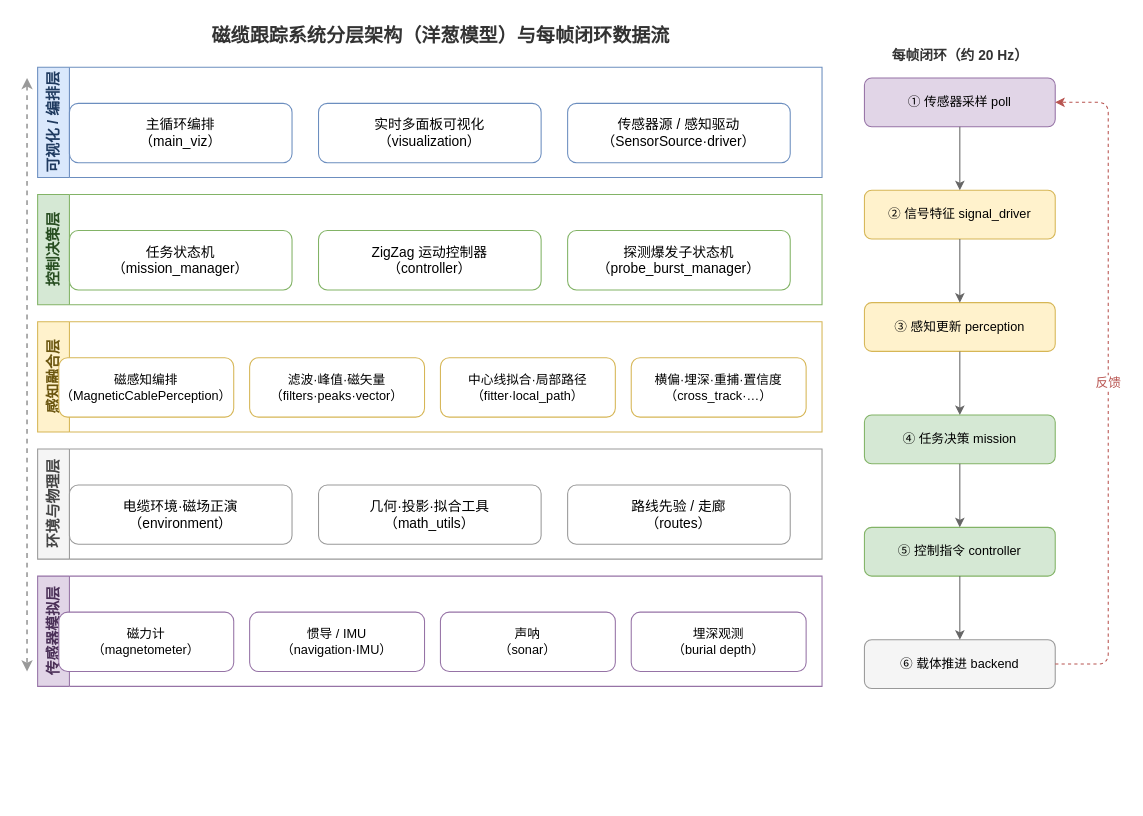
Earlier version of the draw.io diagram docs/figure/fig_arch_onion.drawio (360ZMEM/AUV-Master-Mag). Source tidied: cells renumbered, new cells numbered last; positions are measured from the earlier drawing's top-left corner, leaving out a move shared by most shapes. Both pictures are drawn from the tidied source at 106%, with x=0, y=0 at pixel (26, 20).
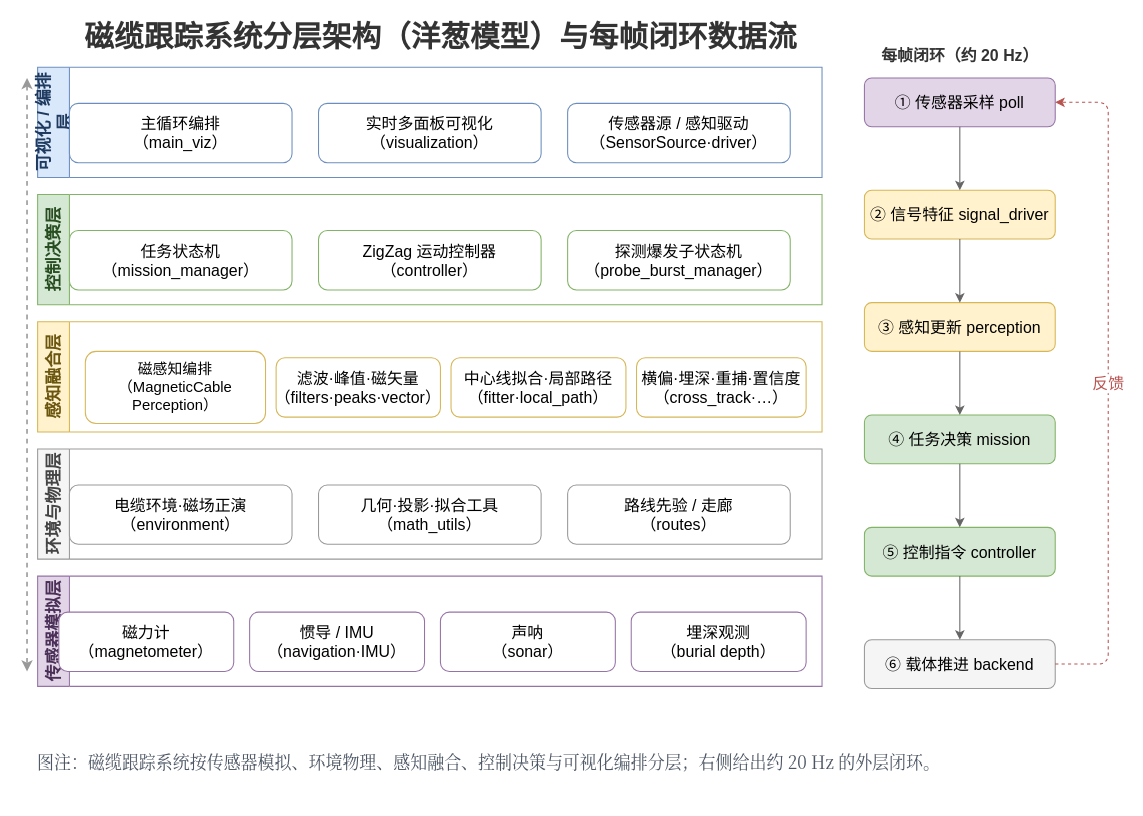
The same diagram, later.

Change to the diagram source:
```diff
@@
-    <mxCell id="2" value="磁缆跟踪系统分层架构（洋葱模型）与每帧闭环数据流" style="text;html=1;align=center;verticalAlign=middle;fontSize=18;fontStyle=1;fontColor=#333333;" parent="1" vertex="1">
+    <mxCell id="2" value="磁缆跟踪系统分层架构（洋葱模型）与每帧闭环数据流" style="text;html=1;align=center;verticalAlign=middle;fontSize=28;fontStyle=1;fontColor=#333333;" parent="1" vertex="1">
       <mxGeometry x="10" width="760" height="30" as="geometry" />
     </mxCell>
@@
-    <mxCell id="4" value="可视化 / 编排层" style="swimlane;horizontal=0;startSize=30;html=1;whiteSpace=wrap;rounded=0;fillColor=#dae8fc;strokeColor=#6c8ebf;fontSize=14;fontStyle=1;fontColor=#1f3a5f;" parent="1" vertex="1">
+    <mxCell id="4" value="可视化 / 编排层" style="swimlane;horizontal=0;startSize=30;html=1;whiteSpace=wrap;rounded=0;fillColor=#dae8fc;strokeColor=#6c8ebf;fontSize=16;fontStyle=1;fontColor=#1f3a5f;" parent="1" vertex="1">
       <mxGeometry x="10" y="44" width="740" height="104" as="geometry" />
     </mxCell>
-    <mxCell id="5" value="主循环编排&#10;（main_viz）" style="rounded=1;whiteSpace=wrap;html=1;fillColor=#ffffff;strokeColor=#6c8ebf;fontSize=13;" parent="4" vertex="1">
+    <mxCell id="5" value="主循环编排&#10;（main_viz）" style="rounded=1;whiteSpace=wrap;html=1;fillColor=#ffffff;strokeColor=#6c8ebf;fontSize=15;" parent="4" vertex="1">
       <mxGeometry x="30" y="34" width="210" height="56" as="geometry" />
     </mxCell>
-    <mxCell id="6" value="实时多面板可视化&#10;（visualization）" style="rounded=1;whiteSpace=wrap;html=1;fillColor=#ffffff;strokeColor=#6c8ebf;fontSize=13;" parent="4" vertex="1">
+    <mxCell id="6" value="实时多面板可视化&#10;（visualization）" style="rounded=1;whiteSpace=wrap;html=1;fillColor=#ffffff;strokeColor=#6c8ebf;fontSize=15;" parent="4" vertex="1">
       <mxGeometry x="265" y="34" width="210" height="56" as="geometry" />
     </mxCell>
-    <mxCell id="7" value="传感器源 / 感知驱动&#10;（SensorSource·driver）" style="rounded=1;whiteSpace=wrap;html=1;fillColor=#ffffff;strokeColor=#6c8ebf;fontSize=13;" parent="4" vertex="1">
+    <mxCell id="7" value="传感器源 / 感知驱动&#10;（SensorSource·driver）" style="rounded=1;whiteSpace=wrap;html=1;fillColor=#ffffff;strokeColor=#6c8ebf;fontSize=15;" parent="4" vertex="1">
       <mxGeometry x="500" y="34" width="210" height="56" as="geometry" />
     </mxCell>
-    <mxCell id="8" value="控制决策层" style="swimlane;horizontal=0;startSize=30;html=1;whiteSpace=wrap;rounded=0;fillColor=#d5e8d4;strokeColor=#82b366;fontSize=14;fontStyle=1;fontColor=#274d20;" parent="1" vertex="1">
+    <mxCell id="8" value="控制决策层" style="swimlane;horizontal=0;startSize=30;html=1;whiteSpace=wrap;rounded=0;fillColor=#d5e8d4;strokeColor=#82b366;fontSize=16;fontStyle=1;fontColor=#274d20;" parent="1" vertex="1">
       <mxGeometry x="10" y="164" width="740" height="104" as="geometry" />
     </mxCell>
-    <mxCell id="9" value="任务状态机&#10;（mission_manager）" style="rounded=1;whiteSpace=wrap;html=1;fillColor=#ffffff;strokeColor=#82b366;fontSize=13;" parent="8" vertex="1">
+    <mxCell id="9" value="任务状态机&#10;（mission_manager）" style="rounded=1;whiteSpace=wrap;html=1;fillColor=#ffffff;strokeColor=#82b366;fontSize=15;" parent="8" vertex="1">
       <mxGeometry x="30" y="34" width="210" height="56" as="geometry" />
     </mxCell>
-    <mxCell id="10" value="ZigZag 运动控制器&#10;（controller）" style="rounded=1;whiteSpace=wrap;html=1;fillColor=#ffffff;strokeColor=#82b366;fontSize=13;" parent="8" vertex="1">
+    <mxCell id="10" value="ZigZag 运动控制器&#10;（controller）" style="rounded=1;whiteSpace=wrap;html=1;fillColor=#ffffff;strokeColor=#82b366;fontSize=15;" parent="8" vertex="1">
       <mxGeometry x="265" y="34" width="210" height="56" as="geometry" />
     </mxCell>
-    <mxCell id="11" value="探测爆发子状态机&#10;（probe_burst_manager）" style="rounded=1;whiteSpace=wrap;html=1;fillColor=#ffffff;strokeColor=#82b366;fontSize=13;" parent="8" vertex="1">
+    <mxCell id="11" value="探测爆发子状态机&#10;（probe_burst_manager）" style="rounded=1;whiteSpace=wrap;html=1;fillColor=#ffffff;strokeColor=#82b366;fontSize=15;" parent="8" vertex="1">
       <mxGeometry x="500" y="34" width="210" height="56" as="geometry" />
     </mxCell>
-    <mxCell id="12" value="感知融合层" style="swimlane;horizontal=0;startSize=30;html=1;whiteSpace=wrap;rounded=0;fillColor=#fff2cc;strokeColor=#d6b656;fontSize=14;fontStyle=1;fontColor=#6b5610;" parent="1" vertex="1">
+    <mxCell id="12" value="感知融合层" style="swimlane;horizontal=0;startSize=30;html=1;whiteSpace=wrap;rounded=0;fillColor=#fff2cc;strokeColor=#d6b656;fontSize=16;fontStyle=1;fontColor=#6b5610;" parent="1" vertex="1">
       <mxGeometry x="10" y="284" width="740" height="104" as="geometry" />
     </mxCell>
-    <mxCell id="13" value="磁感知编排&#10;（MagneticCablePerception）" style="rounded=1;whiteSpace=wrap;html=1;fillColor=#ffffff;strokeColor=#d6b656;fontSize=12;" parent="12" vertex="1">
-      <mxGeometry x="20" y="34" width="165" height="56" as="geometry" />
+    <mxCell id="13" value="磁感知编排&#10;（MagneticCable&#10;Perception）" style="rounded=1;whiteSpace=wrap;html=1;fillColor=#ffffff;strokeColor=#d6b656;fontSize=14;" parent="12" vertex="1">
+      <mxGeometry x="45" y="28" width="170" height="68" as="geometry" />
     </mxCell>
-    <mxCell id="14" value="滤波·峰值·磁矢量&#10;（filters·peaks·vector）" style="rounded=1;whiteSpace=wrap;html=1;fillColor=#ffffff;strokeColor=#d6b656;fontSize=12;" parent="12" vertex="1">
-      <mxGeometry x="200" y="34" width="165" height="56" as="geometry" />
+    <mxCell id="14" value="滤波·峰值·磁矢量&#10;（filters·peaks·vector）" style="rounded=1;whiteSpace=wrap;html=1;fillColor=#ffffff;strokeColor=#d6b656;fontSize=15;" parent="12" vertex="1">
+      <mxGeometry x="225" y="34" width="155" height="56" as="geometry" />
     </mxCell>
-    <mxCell id="15" value="中心线拟合·局部路径&#10;（fitter·local_path）" style="rounded=1;whiteSpace=wrap;html=1;fillColor=#ffffff;strokeColor=#d6b656;fontSize=12;" parent="12" vertex="1">
-      <mxGeometry x="380" y="34" width="165" height="56" as="geometry" />
+    <mxCell id="15" value="中心线拟合·局部路径&#10;（fitter·local_path）" style="rounded=1;whiteSpace=wrap;html=1;fillColor=#ffffff;strokeColor=#d6b656;fontSize=15;" parent="12" vertex="1">
+      <mxGeometry x="390" y="34" width="165" height="56" as="geometry" />
     </mxCell>
-    <mxCell id="16" value="横偏·埋深·重捕·置信度&#10;（cross_track·…）" style="rounded=1;whiteSpace=wrap;html=1;fillColor=#ffffff;strokeColor=#d6b656;fontSize=12;" parent="12" vertex="1">
-      <mxGeometry x="560" y="34" width="165" height="56" as="geometry" />
+    <mxCell id="16" value="横偏·埋深·重捕·置信度&#10;（cross_track·…）" style="rounded=1;whiteSpace=wrap;html=1;fillColor=#ffffff;strokeColor=#d6b656;fontSize=15;" parent="12" vertex="1">
+      <mxGeometry x="565" y="34" width="160" height="56" as="geometry" />
     </mxCell>
-    <mxCell id="17" value="环境与物理层" style="swimlane;horizontal=0;startSize=30;html=1;whiteSpace=wrap;rounded=0;fillColor=#f5f5f5;strokeColor=#999999;fontSize=14;fontStyle=1;fontColor=#444444;" parent="1" vertex="1">
+    <mxCell id="17" value="环境与物理层" style="swimlane;horizontal=0;startSize=30;html=1;whiteSpace=wrap;rounded=0;fillColor=#f5f5f5;strokeColor=#999999;fontSize=16;fontStyle=1;fontColor=#444444;" parent="1" vertex="1">
       <mxGeometry x="10" y="404" width="740" height="104" as="geometry" />
     </mxCell>
-    <mxCell id="18" value="电缆环境·磁场正演&#10;（environment）" style="rounded=1;whiteSpace=wrap;html=1;fillColor=#ffffff;strokeColor=#999999;fontSize=13;" parent="17" vertex="1">
+    <mxCell id="18" value="电缆环境·磁场正演&#10;（environment）" style="rounded=1;whiteSpace=wrap;html=1;fillColor=#ffffff;strokeColor=#999999;fontSize=15;" parent="17" vertex="1">
       <mxGeometry x="30" y="34" width="210" height="56" as="geometry" />
     </mxCell>
-    <mxCell id="19" value="几何·投影·拟合工具&#10;（math_utils）" style="rounded=1;whiteSpace=wrap;html=1;fillColor=#ffffff;strokeColor=#999999;fontSize=13;" parent="17" vertex="1">
+    <mxCell id="19" value="几何·投影·拟合工具&#10;（math_utils）" style="rounded=1;whiteSpace=wrap;html=1;fillColor=#ffffff;strokeColor=#999999;fontSize=15;" parent="17" vertex="1">
       <mxGeometry x="265" y="34" width="210" height="56" as="geometry" />
     </mxCell>
-    <mxCell id="20" value="路线先验 / 走廊&#10;（routes）" style="rounded=1;whiteSpace=wrap;html=1;fillColor=#ffffff;strokeColor=#999999;fontSize=13;" parent="17" vertex="1">
+    <mxCell id="20" value="路线先验 / 走廊&#10;（routes）" style="rounded=1;whiteSpace=wrap;html=1;fillColor=#ffffff;strokeColor=#999999;fontSize=15;" parent="17" vertex="1">
       <mxGeometry x="500" y="34" width="210" height="56" as="geometry" />
     </mxCell>
-    <mxCell id="21" value="传感器模拟层" style="swimlane;horizontal=0;startSize=30;html=1;whiteSpace=wrap;rounded=0;fillColor=#e1d5e7;strokeColor=#9673a6;fontSize=14;fontStyle=1;fontColor=#4a2f57;" parent="1" vertex="1">
+    <mxCell id="21" value="传感器模拟层" style="swimlane;horizontal=0;startSize=30;html=1;whiteSpace=wrap;rounded=0;fillColor=#e1d5e7;strokeColor=#9673a6;fontSize=16;fontStyle=1;fontColor=#4a2f57;" parent="1" vertex="1">
       <mxGeometry x="10" y="524" width="740" height="104" as="geometry" />
     </mxCell>
-    <mxCell id="22" value="磁力计&#10;（magnetometer）" style="rounded=1;whiteSpace=wrap;html=1;fillColor=#ffffff;strokeColor=#9673a6;fontSize=12;" parent="21" vertex="1">
+    <mxCell id="22" value="磁力计&#10;（magnetometer）" style="rounded=1;whiteSpace=wrap;html=1;fillColor=#ffffff;strokeColor=#9673a6;fontSize=15;" parent="21" vertex="1">
       <mxGeometry x="20" y="34" width="165" height="56" as="geometry" />
     </mxCell>
-    <mxCell id="23" value="惯导 / IMU&#10;（navigation·IMU）" style="rounded=1;whiteSpace=wrap;html=1;fillColor=#ffffff;strokeColor=#9673a6;fontSize=12;" parent="21" vertex="1">
+    <mxCell id="23" value="惯导 / IMU&#10;（navigation·IMU）" style="rounded=1;whiteSpace=wrap;html=1;fillColor=#ffffff;strokeColor=#9673a6;fontSize=15;" parent="21" vertex="1">
       <mxGeometry x="200" y="34" width="165" height="56" as="geometry" />
     </mxCell>
-    <mxCell id="24" value="声呐&#10;（sonar）" style="rounded=1;whiteSpace=wrap;html=1;fillColor=#ffffff;strokeColor=#9673a6;fontSize=12;" parent="21" vertex="1">
+    <mxCell id="24" value="声呐&#10;（sonar）" style="rounded=1;whiteSpace=wrap;html=1;fillColor=#ffffff;strokeColor=#9673a6;fontSize=15;" parent="21" vertex="1">
       <mxGeometry x="380" y="34" width="165" height="56" as="geometry" />
     </mxCell>
-    <mxCell id="25" value="埋深观测&#10;（burial depth）" style="rounded=1;whiteSpace=wrap;html=1;fillColor=#ffffff;strokeColor=#9673a6;fontSize=12;" parent="21" vertex="1">
+    <mxCell id="25" value="埋深观测&#10;（burial depth）" style="rounded=1;whiteSpace=wrap;html=1;fillColor=#ffffff;strokeColor=#9673a6;fontSize=15;" parent="21" vertex="1">
       <mxGeometry x="560" y="34" width="165" height="56" as="geometry" />
     </mxCell>
-    <mxCell id="26" value="每帧闭环（约 20 Hz）" style="text;html=1;align=center;verticalAlign=middle;fontSize=13;fontStyle=1;fontColor=#333333;" parent="1" vertex="1">
+    <mxCell id="26" value="每帧闭环（约 20 Hz）" style="text;html=1;align=center;verticalAlign=middle;fontSize=15;fontStyle=1;fontColor=#333333;" parent="1" vertex="1">
       <mxGeometry x="790" y="22" width="180" height="22" as="geometry" />
     </mxCell>
-    <mxCell id="27" value="① 传感器采样 poll" style="rounded=1;whiteSpace=wrap;html=1;fillColor=#e1d5e7;strokeColor=#9673a6;fontSize=12;" parent="1" vertex="1">
+    <mxCell id="27" value="① 传感器采样 poll" style="rounded=1;whiteSpace=wrap;html=1;fillColor=#e1d5e7;strokeColor=#9673a6;fontSize=15;" parent="1" vertex="1">
       <mxGeometry x="790" y="54" width="180" height="46" as="geometry" />
     </mxCell>
-    <mxCell id="28" value="② 信号特征 signal_driver" style="rounded=1;whiteSpace=wrap;html=1;fillColor=#fff2cc;strokeColor=#d6b656;fontSize=12;" parent="1" vertex="1">
+    <mxCell id="28" value="② 信号特征 signal_driver" style="rounded=1;whiteSpace=wrap;html=1;fillColor=#fff2cc;strokeColor=#d6b656;fontSize=15;" parent="1" vertex="1">
       <mxGeometry x="790" y="160" width="180" height="46" as="geometry" />
     </mxCell>
-    <mxCell id="29" value="③ 感知更新 perception" style="rounded=1;whiteSpace=wrap;html=1;fillColor=#fff2cc;strokeColor=#d6b656;fontSize=12;" parent="1" vertex="1">
+    <mxCell id="29" value="③ 感知更新 perception" style="rounded=1;whiteSpace=wrap;html=1;fillColor=#fff2cc;strokeColor=#d6b656;fontSize=15;" parent="1" vertex="1">
       <mxGeometry x="790" y="266" width="180" height="46" as="geometry" />
     </mxCell>
-    <mxCell id="30" value="④ 任务决策 mission" style="rounded=1;whiteSpace=wrap;html=1;fillColor=#d5e8d4;strokeColor=#82b366;fontSize=12;" parent="1" vertex="1">
+    <mxCell id="30" value="④ 任务决策 mission" style="rounded=1;whiteSpace=wrap;html=1;fillColor=#d5e8d4;strokeColor=#82b366;fontSize=15;" parent="1" vertex="1">
       <mxGeometry x="790" y="372" width="180" height="46" as="geometry" />
     </mxCell>
-    <mxCell id="31" value="⑤ 控制指令 controller" style="rounded=1;whiteSpace=wrap;html=1;fillColor=#d5e8d4;strokeColor=#82b366;fontSize=12;" parent="1" vertex="1">
+    <mxCell id="31" value="⑤ 控制指令 controller" style="rounded=1;whiteSpace=wrap;html=1;fillColor=#d5e8d4;strokeColor=#82b366;fontSize=15;" parent="1" vertex="1">
       <mxGeometry x="790" y="478" width="180" height="46" as="geometry" />
     </mxCell>
-    <mxCell id="32" value="⑥ 载体推进 backend" style="rounded=1;whiteSpace=wrap;html=1;fillColor=#f5f5f5;strokeColor=#999999;fontSize=12;" parent="1" vertex="1">
+    <mxCell id="32" value="⑥ 载体推进 backend" style="rounded=1;whiteSpace=wrap;html=1;fillColor=#f5f5f5;strokeColor=#999999;fontSize=15;" parent="1" vertex="1">
       <mxGeometry x="790" y="584" width="180" height="46" as="geometry" />
     </mxCell>
@@
-    <mxCell id="38" value="反馈" style="edgeStyle=orthogonalEdgeStyle;rounded=1;jettySize=auto;html=1;exitX=1;exitY=0.5;exitDx=0;exitDy=0;entryX=1;entryY=0.5;entryDx=0;entryDy=0;strokeColor=#b85450;dashed=1;fontColor=#b85450;fontSize=12;" parent="1" edge="1" source="32" target="27">
+    <mxCell id="38" value="反馈" style="edgeStyle=orthogonalEdgeStyle;rounded=1;jettySize=auto;html=1;exitX=1;exitY=0.5;exitDx=0;exitDy=0;entryX=1;entryY=0.5;entryDx=0;entryDy=0;strokeColor=#b85450;dashed=1;fontColor=#b85450;fontSize=15;" parent="1" edge="1" source="32" target="27">
       <mxGeometry relative="1" as="geometry">
         <Array as="points">
           <mxPoint x="1020" y="607" />
           <mxPoint x="1020" y="77" />
         </Array>
       </mxGeometry>
     </mxCell>
+    <mxCell id="39" value="图注：磁缆跟踪系统按传感器模拟、环境物理、感知融合、控制决策与可视化编排分层；右侧给出约 20 Hz 的外层闭环。" style="text;html=1;align=left;verticalAlign=middle;whiteSpace=wrap;fontFamily=Noto Serif CJK SC;fontSize=16;fontColor=#4B5563;spacingLeft=8;spacingRight=8;" parent="1" vertex="1">
+      <mxGeometry y="664" width="950" height="70" as="geometry" />
+    </mxCell>
```
